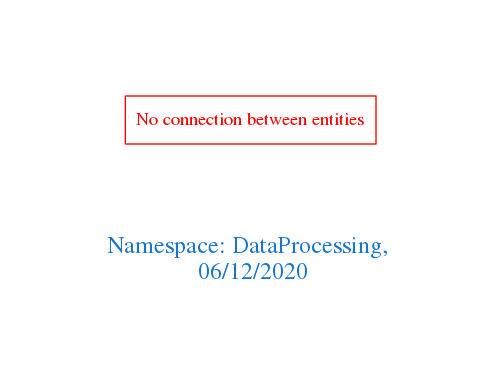
This is downloads/DataProcessing.png from arago/OGIT, a Graphviz export, as it was before one commit. Its source is kept beside it as downloads/DataProcessing.dot. Its diagram source:
```dot
digraph OGIT_ontology {
 graph [ rankdir= LR,pad=1
fontsize = 18,
fontcolor= dodgerblue3,label = "\n\n\nNamespace: DataProcessing, \n 06/12/2020"];
node[shape=polygon];
edge [  color="gray81"];

"No connection between entities" [fontcolor = "red",color="red", shape="polygon"]
}
```
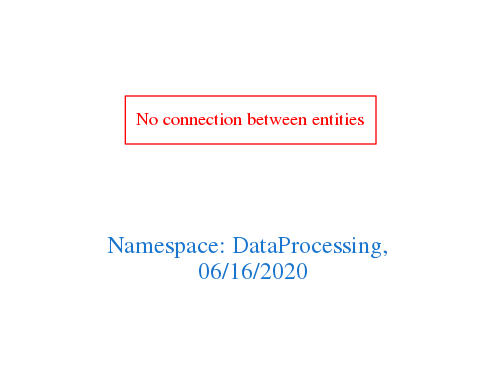
The same file after the commit.

What changed in the source:
```diff
@@ -1,7 +1,7 @@
 digraph OGIT_ontology {
  graph [ rankdir= LR,pad=1
 fontsize = 18,
-fontcolor= dodgerblue3,label = "\n\n\nNamespace: DataProcessing, \n 06/12/2020"];
+fontcolor= dodgerblue3,label = "\n\n\nNamespace: DataProcessing, \n 06/16/2020"];
 node[shape=polygon];
 edge [  color="gray81"];
 
```
